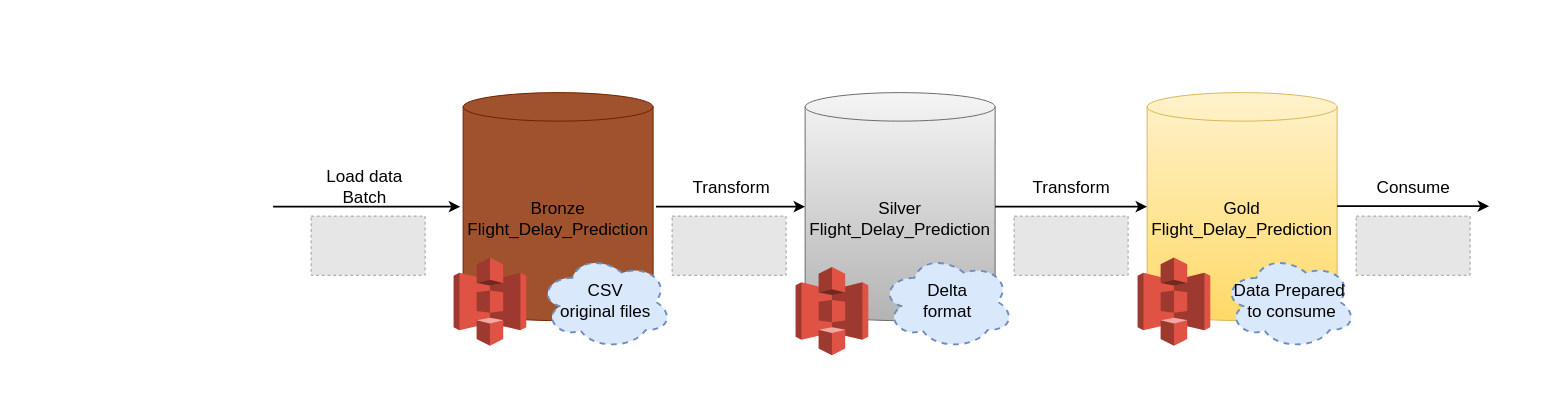
pgrabarczyk/databricks-example keeps this draw.io diagram as page "Task_1" (1 of 2) of Databricks_sample.drawio. Above is the earlier version. Source tidied: cells renumbered, new cells numbered last; positions are measured from the earlier drawing's top-left corner, leaving out a move shared by most shapes. Both pictures are drawn from the tidied source at 95%, with x=0, y=0 at pixel (273, 92). Pictures stored in the file or linked from it are replaced by grey dashed boxes.
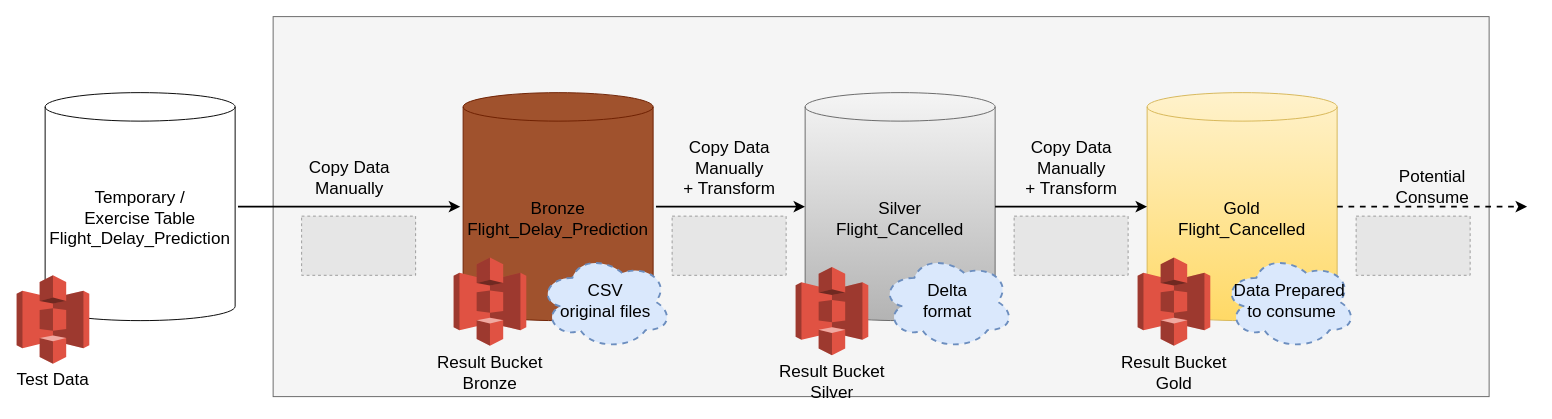
The same page after the edit.

The change refers to these unchanged cells:
```xml
<mxCell id="4" value="&lt;font style=&quot;font-size: 18px&quot;&gt;Bronze&lt;br&gt;Flight_Delay_Prediction&lt;/font&gt;" style="shape=cylinder3;whiteSpace=wrap;html=1;boundedLbl=1;backgroundOutline=1;size=15;fillColor=#a0522d;strokeColor=#6D1F00;gradientDirection=north;perimeterSpacing=3;" parent="1" vertex="1">
  <mxGeometry x="200" width="200" height="240" as="geometry" />
</mxCell>
```

Change to the diagram source:
```diff
@@
+    <mxCell id="19" style="rounded=0;whiteSpace=wrap;html=1;fillColor=#f5f5f5;strokeColor=#666666;fontColor=#333333;" parent="1" vertex="1">
+      <mxGeometry y="-80" width="1280" height="400" as="geometry" />
+    </mxCell>
-    <mxCell id="2" value="Load data&lt;br&gt;Batch" style="endArrow=classic;html=1;strokeWidth=2;fontSize=18;labelBackgroundColor=none;" parent="1" edge="1" target="4">
-      <mxGeometry x="-0.04" y="20" relative="1" as="geometry">
-        <mxPoint y="120" as="sourcePoint" />
-        <mxPoint x="1" as="offset" />
-      </mxGeometry>
+    <mxCell id="2" value="Copy Data&lt;br&gt;Manually" style="endArrow=classic;html=1;strokeWidth=2;fontSize=18;labelBackgroundColor=none;" parent="1" edge="1" source="20" target="4">
+      <mxGeometry y="30" relative="1" as="geometry" />
     </mxCell>
-    <mxCell id="3" value="Transform" style="edgeStyle=orthogonalEdgeStyle;rounded=0;jettySize=auto;html=1;entryX=0;entryY=0.5;entryDx=0;entryDy=0;entryPerimeter=0;strokeWidth=2;fontSize=18;labelBackgroundColor=none;" parent="1" edge="1" source="4" target="6">
-      <mxGeometry y="20" relative="1" as="geometry" />
+    <mxCell id="3" value="Copy Data&lt;br&gt;Manually&lt;br&gt;+ Transform" style="edgeStyle=orthogonalEdgeStyle;rounded=0;jettySize=auto;html=1;entryX=0;entryY=0.5;entryDx=0;entryDy=0;entryPerimeter=0;strokeWidth=2;fontSize=18;labelBackgroundColor=none;" parent="1" edge="1" source="4" target="6">
+      <mxGeometry x="-0.02" y="40" relative="1" as="geometry" />
     </mxCell>
@@
-    <mxCell id="6" value="&lt;font style=&quot;font-size: 18px&quot;&gt;Silver&lt;br&gt;Flight_Delay_Prediction&lt;/font&gt;" style="shape=cylinder3;whiteSpace=wrap;html=1;boundedLbl=1;backgroundOutline=1;size=15;fillColor=#f5f5f5;strokeColor=#666666;gradientColor=#b3b3b3;" parent="1" vertex="1">
+    <mxCell id="6" value="&lt;font style=&quot;font-size: 18px&quot;&gt;Silver&lt;br&gt;Flight_Cancelled&lt;/font&gt;" style="shape=cylinder3;whiteSpace=wrap;html=1;boundedLbl=1;backgroundOutline=1;size=15;fillColor=#f5f5f5;strokeColor=#666666;gradientColor=#b3b3b3;" parent="1" vertex="1">
       <mxGeometry x="560" width="200" height="240" as="geometry" />
     </mxCell>
@@
-    <mxCell id="8" value="&lt;font style=&quot;font-size: 18px&quot;&gt;Gold&lt;br&gt;Flight_Delay_Prediction&lt;/font&gt;" style="shape=cylinder3;whiteSpace=wrap;html=1;boundedLbl=1;backgroundOutline=1;size=15;fillColor=#fff2cc;strokeColor=#d6b656;gradientColor=#ffd966;" parent="1" vertex="1">
+    <mxCell id="8" value="&lt;font style=&quot;font-size: 18px&quot;&gt;Gold&lt;br&gt;Flight_Cancelled&lt;/font&gt;" style="shape=cylinder3;whiteSpace=wrap;html=1;boundedLbl=1;backgroundOutline=1;size=15;fillColor=#fff2cc;strokeColor=#d6b656;gradientColor=#ffd966;" parent="1" vertex="1">
       <mxGeometry x="920" width="200" height="240" as="geometry" />
     </mxCell>
-    <mxCell id="9" value="Transform" style="edgeStyle=orthogonalEdgeStyle;rounded=0;jettySize=auto;html=1;strokeWidth=2;fontSize=18;labelBackgroundColor=none;" parent="1" edge="1" source="6" target="8">
-      <mxGeometry y="20" relative="1" as="geometry" />
+    <mxCell id="9" value="Copy Data&lt;br&gt;Manually&lt;br&gt;+ Transform" style="edgeStyle=orthogonalEdgeStyle;rounded=0;jettySize=auto;html=1;strokeWidth=2;fontSize=18;labelBackgroundColor=none;" parent="1" edge="1" source="6" target="8">
+      <mxGeometry y="40" relative="1" as="geometry" />
     </mxCell>
@@
-    <mxCell id="11" value="Consume" style="edgeStyle=orthogonalEdgeStyle;rounded=0;jettySize=auto;html=1;strokeWidth=2;fontSize=18;labelBackgroundColor=none;" parent="1" edge="1" source="8">
+    <mxCell id="11" value="Potential&lt;br&gt;Consume" style="edgeStyle=orthogonalEdgeStyle;rounded=0;jettySize=auto;html=1;strokeWidth=2;fontSize=18;labelBackgroundColor=none;dashed=1;" parent="1" edge="1" source="8">
       <mxGeometry y="20" relative="1" as="geometry">
-        <mxPoint x="1280" y="119.5" as="targetPoint" />
+        <mxPoint x="1320" y="120" as="targetPoint" />
         <Array as="points">
           <mxPoint x="1140" y="120" />
         </Array>
       </mxGeometry>
     </mxCell>
     <mxCell id="12" style="fillColor=#E6E6E6;strokeColor=#999999;dashed=1;" parent="1" vertex="1">
-      <mxGeometry x="40" y="130" width="120" height="62.3" as="geometry" />
+      <mxGeometry x="30" y="130" width="120" height="62.3" as="geometry" />
     </mxCell>
@@
-    <mxCell id="16" style="dashed=0;verticalLabelPosition=bottom;verticalAlign=top;align=center;html=1;shape=mxgraph.aws3.s3;fillColor=#E05243;gradientColor=none;fontSize=18;fontColor=#000000;" parent="1" vertex="1">
+    <mxCell id="16" value="Result Bucket&lt;br&gt;Bronze" style="dashed=0;verticalLabelPosition=bottom;verticalAlign=top;align=center;html=1;shape=mxgraph.aws3.s3;fillColor=#E05243;gradientColor=none;fontSize=18;fontColor=#000000;" parent="1" vertex="1">
       <mxGeometry x="190" y="173.5" width="76.5" height="93" as="geometry" />
     </mxCell>
-    <mxCell id="17" style="dashed=0;verticalLabelPosition=bottom;verticalAlign=top;align=center;html=1;shape=mxgraph.aws3.s3;fillColor=#E05243;gradientColor=none;fontSize=18;fontColor=#000000;" parent="1" vertex="1">
+    <mxCell id="17" value="Result Bucket&lt;br&gt;Silver" style="dashed=0;verticalLabelPosition=bottom;verticalAlign=top;align=center;html=1;shape=mxgraph.aws3.s3;fillColor=#E05243;gradientColor=none;fontSize=18;fontColor=#000000;" parent="1" vertex="1">
       <mxGeometry x="550" y="183.5" width="76.5" height="93" as="geometry" />
     </mxCell>
-    <mxCell id="18" style="dashed=0;verticalLabelPosition=bottom;verticalAlign=top;align=center;html=1;shape=mxgraph.aws3.s3;fillColor=#E05243;gradientColor=none;fontSize=18;fontColor=#000000;" parent="1" vertex="1">
+    <mxCell id="18" value="Result Bucket&lt;br&gt;Gold" style="dashed=0;verticalLabelPosition=bottom;verticalAlign=top;align=center;html=1;shape=mxgraph.aws3.s3;fillColor=#E05243;gradientColor=none;fontSize=18;fontColor=#000000;" parent="1" vertex="1">
       <mxGeometry x="910" y="173.5" width="76.5" height="93" as="geometry" />
     </mxCell>
+    <mxCell id="20" value="&lt;span style=&quot;font-size: 18px&quot;&gt;Temporary /&lt;br&gt;Exercise Table&lt;/span&gt;&lt;br&gt;&lt;span style=&quot;font-size: 18px&quot;&gt;Flight_Delay_Prediction&lt;/span&gt;" style="shape=cylinder3;whiteSpace=wrap;html=1;boundedLbl=1;backgroundOutline=1;size=15;gradientDirection=north;perimeterSpacing=3;" parent="1" vertex="1">
+      <mxGeometry x="-240" width="200" height="240" as="geometry" />
+    </mxCell>
+    <mxCell id="21" value="Test Data" style="dashed=0;verticalLabelPosition=bottom;verticalAlign=top;align=center;html=1;shape=mxgraph.aws3.s3;fillColor=#E05243;gradientColor=none;fontSize=18;fontColor=#000000;" parent="1" vertex="1">
+      <mxGeometry x="-270" y="192.3" width="76.5" height="93" as="geometry" />
+    </mxCell>
```
